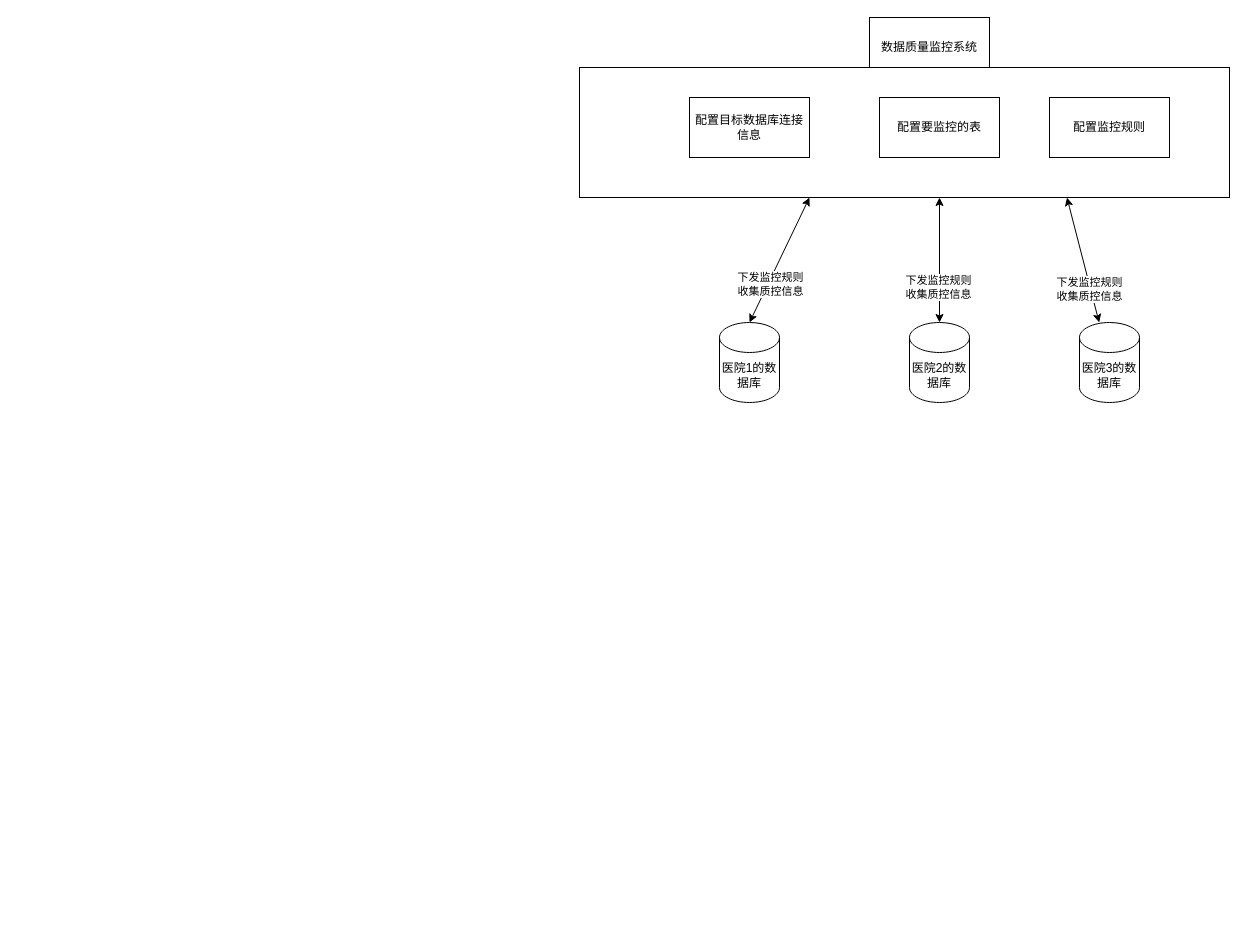
Before: dqms.drawio in goylsf/image, a draw.io diagram. Source tidied: cells renumbered, new cells numbered last; positions are measured from the earlier drawing's top-left corner, leaving out a move shared by most shapes. Both pictures are drawn from the tidied source at 100%, with x=0, y=0 at pixel (579, 17).
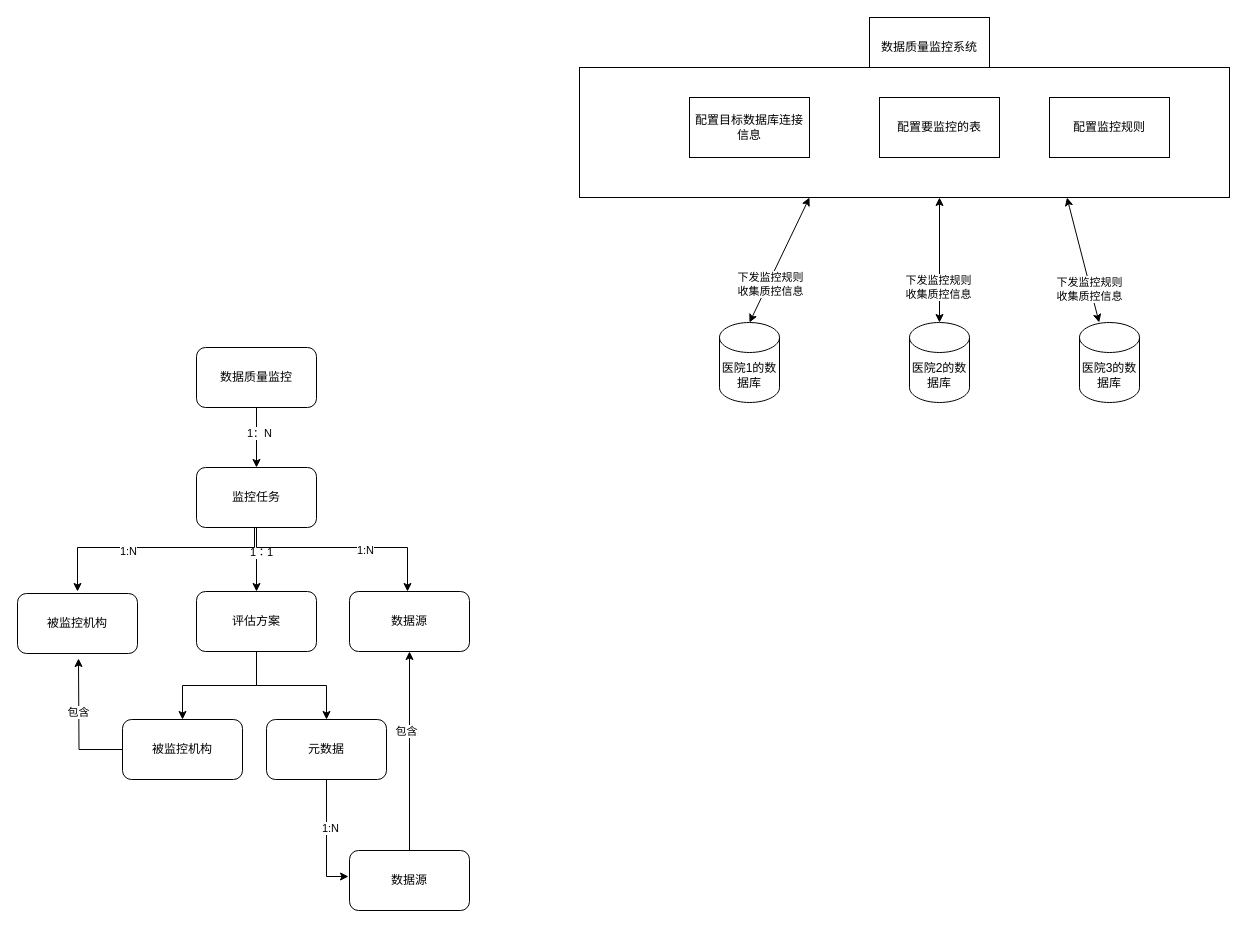
The same page after the edit.

Change to the diagram source:
```diff
@@
+    <mxCell id="16" style="edgeStyle=orthogonalEdgeStyle;rounded=0;jettySize=auto;html=1;" parent="1" edge="1" source="18" target="33">
+      <mxGeometry relative="1" as="geometry" />
+    </mxCell>
+    <mxCell id="17" style="edgeStyle=orthogonalEdgeStyle;rounded=0;jettySize=auto;html=1;" parent="1" edge="1" source="18" target="39">
+      <mxGeometry relative="1" as="geometry" />
+    </mxCell>
+    <mxCell id="18" value="评估方案" style="rounded=1;whiteSpace=wrap;html=1;" parent="1" vertex="1">
+      <mxGeometry x="-383" y="574" width="120" height="60" as="geometry" />
+    </mxCell>
+    <mxCell id="19" value="被监控机构" style="rounded=1;whiteSpace=wrap;html=1;" parent="1" vertex="1">
+      <mxGeometry x="-562" y="576" width="120" height="60" as="geometry" />
+    </mxCell>
+    <mxCell id="20" value="数据源" style="rounded=1;whiteSpace=wrap;html=1;" parent="1" vertex="1">
+      <mxGeometry x="-230" y="574" width="120" height="60" as="geometry" />
+    </mxCell>
+    <mxCell id="21" style="edgeStyle=orthogonalEdgeStyle;rounded=0;jettySize=auto;html=1;" parent="1" edge="1" source="27" target="18">
+      <mxGeometry relative="1" as="geometry">
+        <Array as="points">
+          <mxPoint x="-323" y="575" />
+          <mxPoint x="-323" y="575" />
+        </Array>
+      </mxGeometry>
+    </mxCell>
+    <mxCell id="22" value="1：1" style="edgeLabel;html=1;align=center;verticalAlign=middle;" parent="21" vertex="1">
+      <mxGeometry x="-0.24" y="4" relative="1" as="geometry" />
+    </mxCell>
+    <mxCell id="23" style="edgeStyle=orthogonalEdgeStyle;rounded=0;jettySize=auto;html=1;" parent="1" edge="1" source="27" target="20">
+      <mxGeometry relative="1" as="geometry">
+        <Array as="points">
+          <mxPoint x="-323" y="530" />
+          <mxPoint x="-172" y="530" />
+        </Array>
+      </mxGeometry>
+    </mxCell>
+    <mxCell id="24" value="1:N" style="edgeLabel;html=1;align=center;verticalAlign=middle;" parent="23" vertex="1">
+      <mxGeometry x="0.19" y="-2" relative="1" as="geometry" />
+    </mxCell>
+    <mxCell id="25" style="edgeStyle=orthogonalEdgeStyle;rounded=0;orthogonalLoop=1;jettySize=auto;html=1;entryX=0.5;entryY=0;entryDx=0;entryDy=0;" parent="1" edge="1">
+      <mxGeometry relative="1" as="geometry">
+        <mxPoint x="-325" y="508" as="sourcePoint" />
+        <mxPoint x="-502" y="574" as="targetPoint" />
+        <Array as="points">
+          <mxPoint x="-325" y="530" />
+          <mxPoint x="-502" y="530" />
+        </Array>
+      </mxGeometry>
+    </mxCell>
+    <mxCell id="26" value="1:N" style="edgeLabel;html=1;align=center;verticalAlign=middle;" parent="25" vertex="1">
+      <mxGeometry x="0.23" y="3" relative="1" as="geometry" />
+    </mxCell>
+    <mxCell id="27" value="监控任务" style="rounded=1;whiteSpace=wrap;html=1;" parent="1" vertex="1">
+      <mxGeometry x="-383" y="450" width="120" height="60" as="geometry" />
+    </mxCell>
+    <mxCell id="28" style="edgeStyle=orthogonalEdgeStyle;rounded=0;jettySize=auto;html=1;" parent="1" edge="1" source="30" target="27">
+      <mxGeometry relative="1" as="geometry" />
+    </mxCell>
+    <mxCell id="29" value="1：N" style="edgeLabel;html=1;align=center;verticalAlign=middle;" parent="28" vertex="1">
+      <mxGeometry x="-0.17" y="2" relative="1" as="geometry" />
+    </mxCell>
+    <mxCell id="30" value="数据质量监控" style="rounded=1;whiteSpace=wrap;html=1;" parent="1" vertex="1">
+      <mxGeometry x="-383" y="330" width="120" height="60" as="geometry" />
+    </mxCell>
+    <mxCell id="31" style="edgeStyle=orthogonalEdgeStyle;rounded=0;jettySize=auto;html=1;exitX=0.5;exitY=1;exitDx=0;exitDy=0;" parent="1" edge="1" source="33">
+      <mxGeometry relative="1" as="geometry">
+        <mxPoint x="-231" y="859" as="targetPoint" />
+        <Array as="points">
+          <mxPoint x="-253" y="859" />
+          <mxPoint x="-233" y="859" />
+        </Array>
+      </mxGeometry>
+    </mxCell>
+    <mxCell id="32" value="1:N" style="edgeLabel;html=1;align=center;verticalAlign=middle;" parent="31" vertex="1">
+      <mxGeometry x="-0.2" y="3" relative="1" as="geometry" />
+    </mxCell>
+    <mxCell id="33" value="元数据" style="rounded=1;whiteSpace=wrap;html=1;" parent="1" vertex="1">
+      <mxGeometry x="-313" y="702" width="120" height="60" as="geometry" />
+    </mxCell>
+    <mxCell id="34" style="edgeStyle=orthogonalEdgeStyle;rounded=0;jettySize=auto;html=1;entryX=0.5;entryY=1;entryDx=0;entryDy=0;" parent="1" edge="1" source="36" target="20">
+      <mxGeometry relative="1" as="geometry" />
+    </mxCell>
+    <mxCell id="35" value="包含" style="edgeLabel;html=1;align=center;verticalAlign=middle;" parent="34" vertex="1">
+      <mxGeometry x="0.21" y="4" relative="1" as="geometry" />
+    </mxCell>
+    <mxCell id="36" value="数据源" style="rounded=1;whiteSpace=wrap;html=1;" parent="1" vertex="1">
+      <mxGeometry x="-230" y="833" width="120" height="60" as="geometry" />
+    </mxCell>
+    <mxCell id="37" style="edgeStyle=orthogonalEdgeStyle;rounded=0;jettySize=auto;html=1;" parent="1" edge="1" source="39">
+      <mxGeometry relative="1" as="geometry">
+        <mxPoint x="-501" y="641" as="targetPoint" />
+      </mxGeometry>
+    </mxCell>
+    <mxCell id="38" value="包含" style="edgeLabel;html=1;align=center;verticalAlign=middle;" parent="37" vertex="1">
+      <mxGeometry x="0.21" y="1" relative="1" as="geometry" />
+    </mxCell>
+    <mxCell id="39" value="被监控机构" style="rounded=1;whiteSpace=wrap;html=1;" parent="1" vertex="1">
+      <mxGeometry x="-457" y="702" width="120" height="60" as="geometry" />
+    </mxCell>
```
